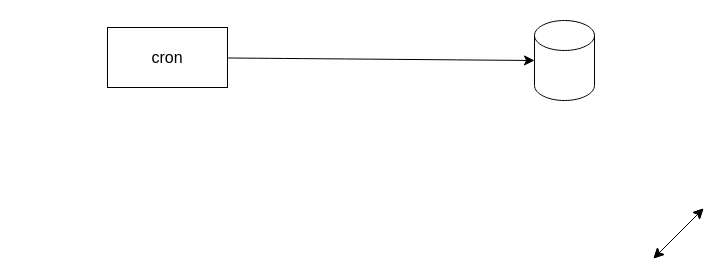
This is app/Untitled Diagram.drawio from gfernandezblue33/Seccion_01_Lab, a draw.io file, before an edit. Source tidied: cells renumbered, new cells numbered last; positions are measured from the earlier drawing's top-left corner, leaving out a move shared by most shapes. Both pictures are drawn from the tidied source at 100%, with x=0, y=0 at pixel (107, 20). Pictures stored in the file or linked from it are replaced by grey dashed boxes.
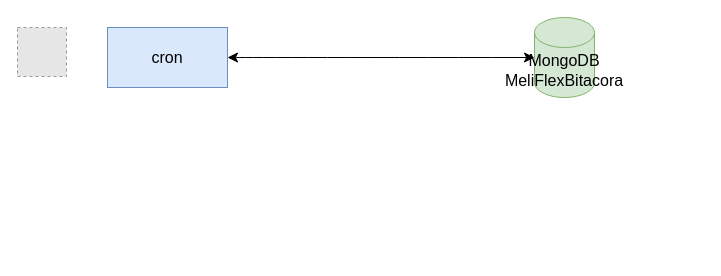
The same page after the edit.

Diff of the diagram source:
```diff
@@
 <mxGraphModel>
   <root>
     <mxCell id="0" />
     <mxCell id="1" parent="0" />
-    <mxCell id="2" value="cron" style="rounded=0;whiteSpace=wrap;html=1;fontSize=16;" parent="1" vertex="1">
+    <mxCell id="2" value="cron" style="rounded=0;whiteSpace=wrap;html=1;fontSize=16;fillColor=#dae8fc;strokeColor=#6c8ebf;" parent="1" vertex="1">
       <mxGeometry y="7" width="120" height="60" as="geometry" />
     </mxCell>
-    <mxCell id="3" style="endArrow=classic;startArrow=classic;html=1;rounded=0;fontSize=12;startSize=8;endSize=8;curved=1;" parent="1" edge="1">
-      <mxGeometry relative="1" as="geometry">
-        <mxPoint x="546" y="238" as="sourcePoint" />
-        <mxPoint x="596" y="188" as="targetPoint" />
-      </mxGeometry>
-    </mxCell>
-    <mxCell id="4" style="shape=cylinder3;whiteSpace=wrap;html=1;boundedLbl=1;backgroundOutline=1;size=15;fontSize=16;" parent="1" vertex="1">
-      <mxGeometry x="427" width="60" height="80" as="geometry" />
+    <mxCell id="4" value="MongoDB MeliFlexBitacora" style="shape=cylinder3;whiteSpace=wrap;html=1;boundedLbl=1;backgroundOutline=1;size=15;fontSize=16;fillColor=#d5e8d4;strokeColor=#82b366;" parent="1" vertex="1">
+      <mxGeometry x="427" y="-3" width="60" height="80" as="geometry" />
     </mxCell>
-    <mxCell id="5" style="endArrow=classic;startArrow=classic;html=1;rounded=0;fontSize=12;startSize=8;endSize=8;curved=1;" parent="1" edge="1">
-      <mxGeometry relative="1" as="geometry">
-        <mxPoint x="546" y="238" as="sourcePoint" />
-        <mxPoint x="596" y="188" as="targetPoint" />
-      </mxGeometry>
-    </mxCell>
-    <mxCell id="6" style="edgeStyle=none;curved=1;rounded=0;jettySize=auto;html=1;entryX=0;entryY=0.5;entryDx=0;entryDy=0;entryPerimeter=0;fontSize=12;startSize=8;endSize=8;" parent="1" edge="1" source="2" target="4">
+    <mxCell id="6" style="endArrow=classic;startArrow=classic;html=1;rounded=0;fontSize=12;startSize=8;endSize=8;curved=1;entryX=0;entryY=0.5;entryDx=0;entryDy=0;entryPerimeter=0;exitX=1;exitY=0.5;exitDx=0;exitDy=0;" parent="1" edge="1" source="2" target="4">
       <mxGeometry relative="1" as="geometry" />
     </mxCell>
+    <mxCell id="7" style="fillColor=#E6E6E6;strokeColor=#999999;dashed=1;html=1;verticalAlign=top;verticalLabelPosition=bottom;labelBackgroundColor=#ffffff;fontSize=16;" parent="1" vertex="1">
+      <mxGeometry x="-90" y="7" width="49" height="49" as="geometry" />
+    </mxCell>
   </root>
 </mxGraphModel>
```
